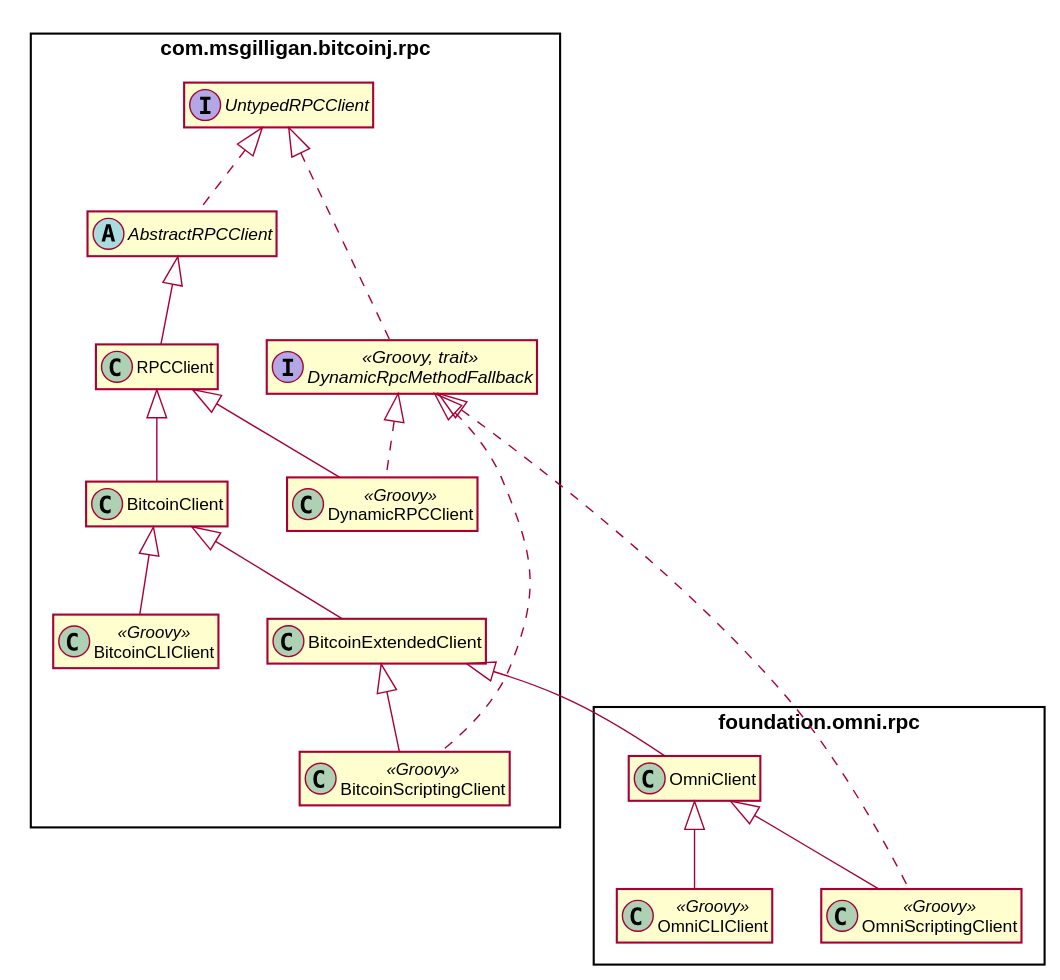
The PlantUML diagram images/diagram-classes.svg in OmniLayer/OmniJ, before a commit. The source it was exported from:
```plantuml
@startuml
skinparam packageStyle Rect
skinparam shadowing false
hide empty members

namespace com.msgilligan.bitcoinj.rpc {
    interface UntypedRPCClient
    abstract class AbstractRPCClient

    class RPCClient
    class BitcoinClient
    class BitcoinExtendedClient

    interface DynamicRpcMethodFallback << Groovy, trait >>
    class DynamicRPCClient << Groovy >>
    class BitcoinScriptingClient << Groovy >>
    class BitcoinCLIClient << Groovy >>

    UntypedRPCClient <|.. AbstractRPCClient
    AbstractRPCClient <|-- RPCClient

    UntypedRPCClient <|.. DynamicRpcMethodFallback
    RPCClient <|-- DynamicRPCClient
    DynamicRpcMethodFallback <|.. DynamicRPCClient

    RPCClient <|-- BitcoinClient
    BitcoinClient <|-- BitcoinExtendedClient
    BitcoinExtendedClient <|-- BitcoinScriptingClient
    DynamicRpcMethodFallback <|.. BitcoinScriptingClient
    BitcoinClient <|-- BitcoinCLIClient
}


namespace foundation.omni.rpc {
    class OmniClient
    class OmniScriptingClient << Groovy >>
    class OmniCLIClient << Groovy >>


    com.msgilligan.bitcoinj.rpc.BitcoinExtendedClient <|-- OmniClient
    OmniClient <|-- OmniScriptingClient
    com.msgilligan.bitcoinj.rpc.DynamicRpcMethodFallback <|.. OmniScriptingClient
    OmniClient <|-- OmniCLIClient
}


@enduml
```
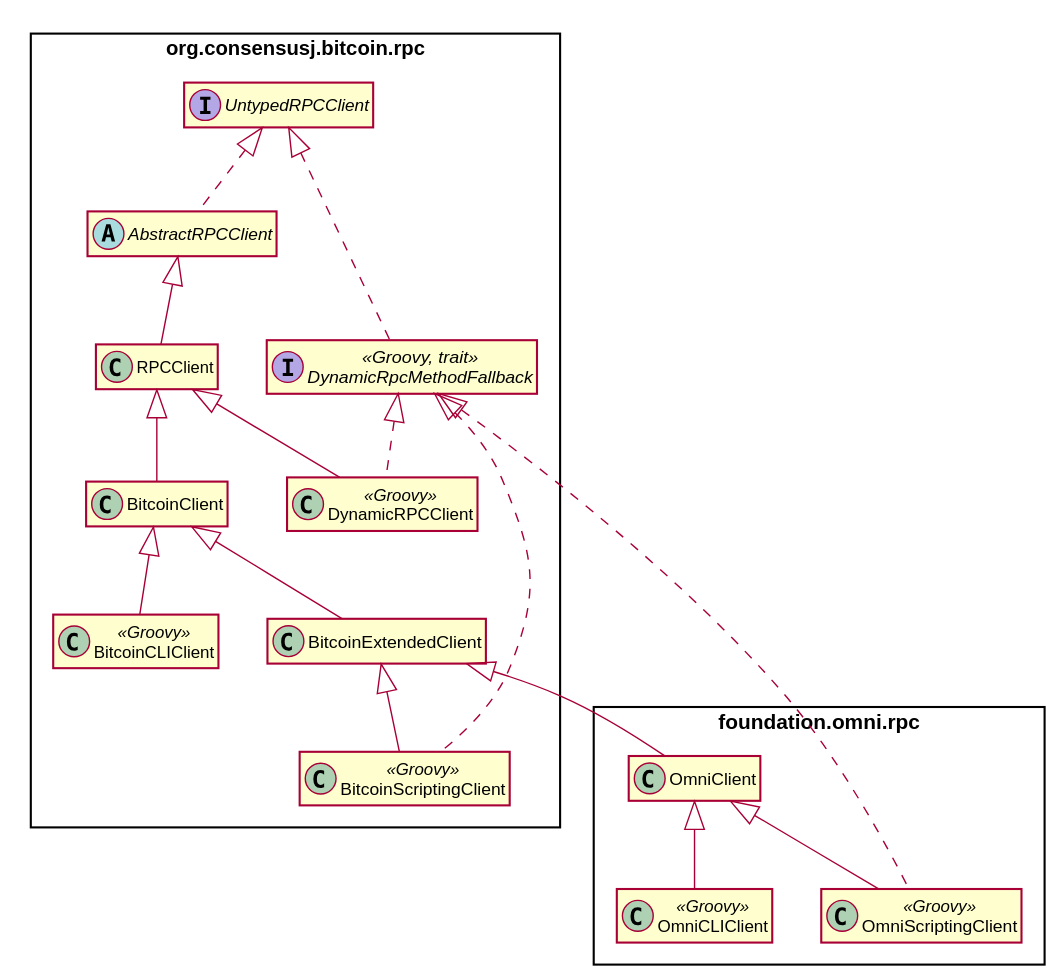
After the commit.

Change to the diagram source:
```diff
@@ -3,7 +3,7 @@
 skinparam shadowing false
 hide empty members
 
-namespace com.msgilligan.bitcoinj.rpc {
+namespace org.consensusj.bitcoin.rpc {
     interface UntypedRPCClient
     abstract class AbstractRPCClient
 
@@ -37,9 +37,9 @@
     class OmniCLIClient << Groovy >>
 
 
-    com.msgilligan.bitcoinj.rpc.BitcoinExtendedClient <|-- OmniClient
+    org.consensusj.bitcoin.rpc.BitcoinExtendedClient <|-- OmniClient
     OmniClient <|-- OmniScriptingClient
-    com.msgilligan.bitcoinj.rpc.DynamicRpcMethodFallback <|.. OmniScriptingClient
+    org.consensusj.bitcoin.rpc.DynamicRpcMethodFallback <|.. OmniScriptingClient
     OmniClient <|-- OmniCLIClient
 }
 
```
